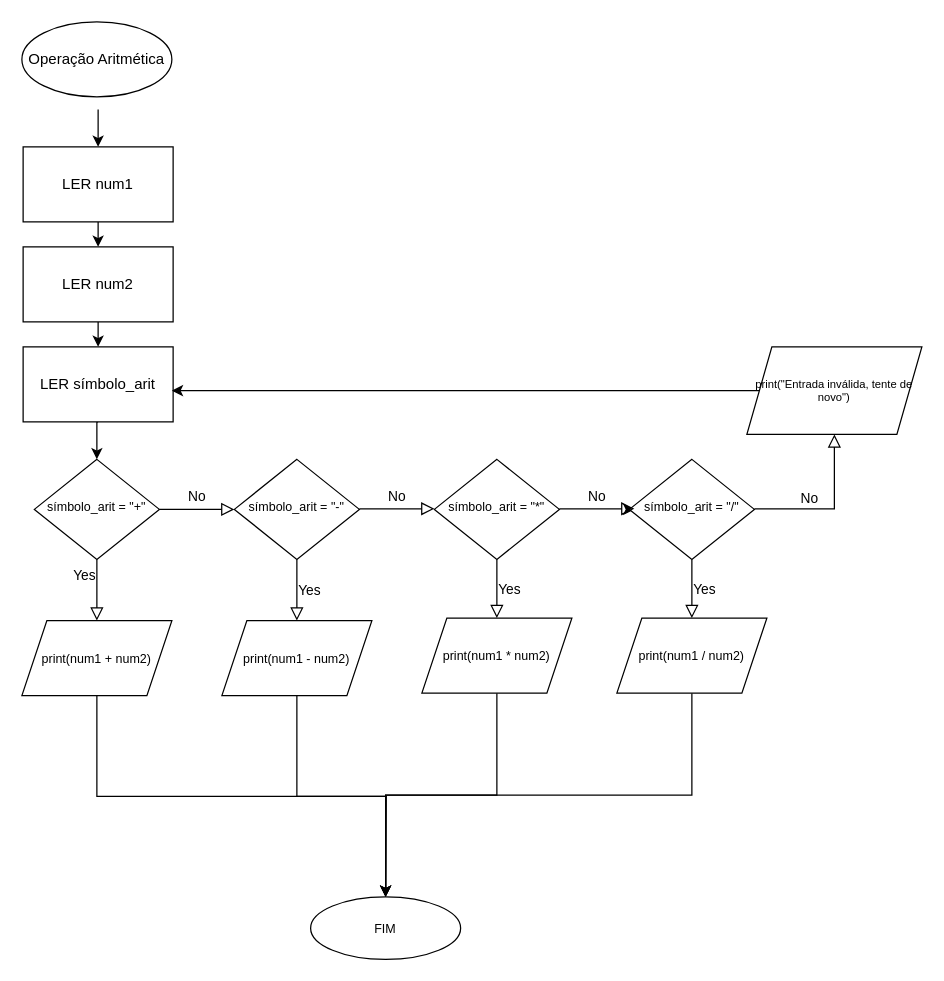
Before: page "8.3" (2 of 7) of Lab 1.1  Fluxograma.drawio in Veronica-Sierralta/aprendiendo-redes, a draw.io diagram. Source tidied: cells renumbered, new cells numbered last; positions are measured from the earlier drawing's top-left corner, leaving out a move shared by most shapes. Both pictures are drawn from the tidied source at 125%, with x=0, y=0 at pixel (21, 21).
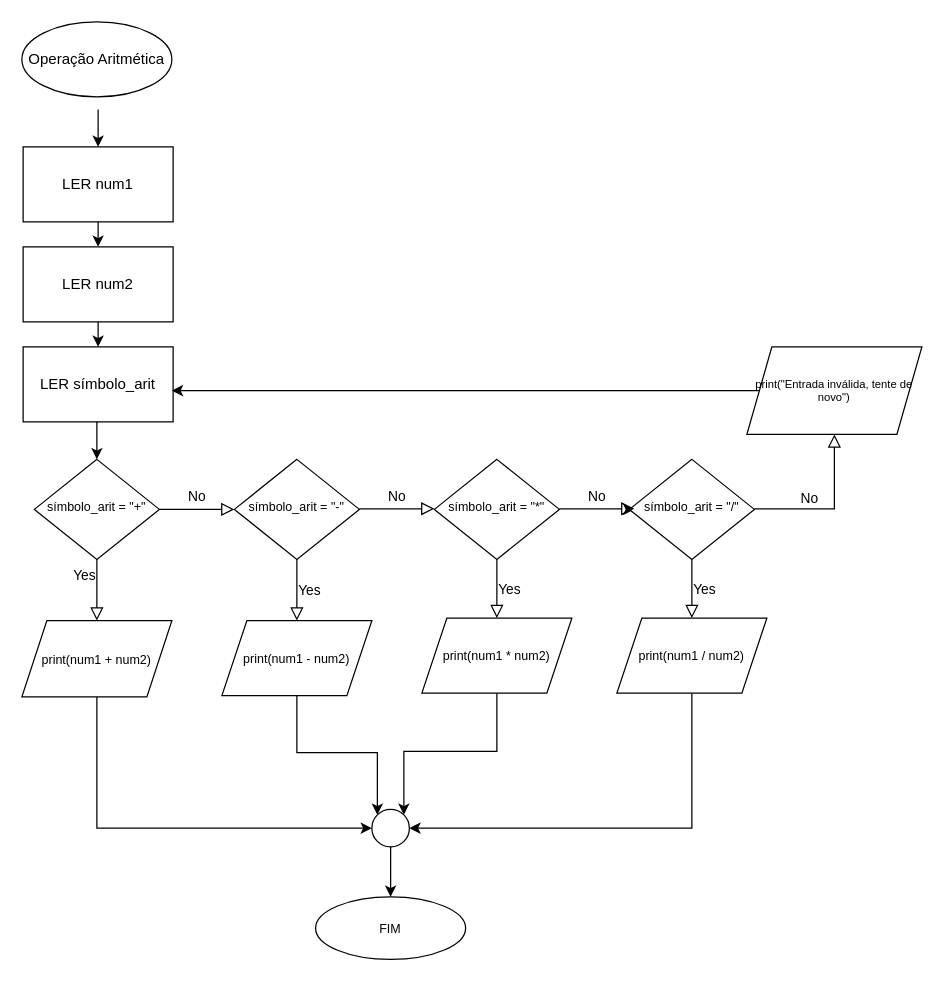
After the change.

The change refers to these unchanged cells:
```xml
<mxCell id="17" value="print(num1 - num2)" style="shape=parallelogram;perimeter=parallelogramPerimeter;whiteSpace=wrap;html=1;fixedSize=1;fontSize=10;" parent="1" vertex="1">
  <mxGeometry x="160" y="479" width="120" height="60" as="geometry" />
</mxCell>
<mxCell id="22" value="print(num1 * num2)" style="shape=parallelogram;perimeter=parallelogramPerimeter;whiteSpace=wrap;html=1;fixedSize=1;fontSize=10;" parent="1" vertex="1">
  <mxGeometry x="320" y="477" width="120" height="60" as="geometry" />
</mxCell>
<mxCell id="27" value="print(num1 / num2)" style="shape=parallelogram;perimeter=parallelogramPerimeter;whiteSpace=wrap;html=1;fixedSize=1;fontSize=10;" parent="1" vertex="1">
  <mxGeometry x="476" y="477" width="120" height="60" as="geometry" />
</mxCell>
```

Diff of the diagram source:
```diff
@@
-    <mxCell id="12" style="edgeStyle=orthogonalEdgeStyle;rounded=0;jettySize=auto;html=1;exitX=0.5;exitY=1;exitDx=0;exitDy=0;fontSize=10;" parent="1" edge="1" source="13" target="29">
-      <mxGeometry relative="1" as="geometry" />
-    </mxCell>
+    <mxCell id="34" style="edgeStyle=orthogonalEdgeStyle;rounded=0;jettySize=auto;html=1;exitX=0.5;exitY=1;exitDx=0;exitDy=0;entryX=0;entryY=0.5;entryDx=0;entryDy=0;" parent="1" edge="1" source="13" target="36">
+      <mxGeometry relative="1" as="geometry">
+        <Array as="points">
+          <mxPoint x="60" y="645" />
+        </Array>
+      </mxGeometry>
+    </mxCell>
     <mxCell id="13" value="print(num1 + num2)" style="shape=parallelogram;perimeter=parallelogramPerimeter;whiteSpace=wrap;html=1;fixedSize=1;fontSize=10;" parent="1" vertex="1">
-      <mxGeometry y="479" width="120" height="60" as="geometry" />
+      <mxGeometry y="479" width="120" height="61" as="geometry" />
     </mxCell>
@@
-    <mxCell id="16" style="edgeStyle=orthogonalEdgeStyle;rounded=0;jettySize=auto;html=1;exitX=0.5;exitY=1;exitDx=0;exitDy=0;fontSize=10;" parent="1" edge="1" source="17">
-      <mxGeometry relative="1" as="geometry">
-        <mxPoint x="291" y="700" as="targetPoint" />
-      </mxGeometry>
+    <mxCell id="16" style="edgeStyle=orthogonalEdgeStyle;rounded=0;jettySize=auto;html=1;exitX=0.5;exitY=1;exitDx=0;exitDy=0;fontSize=10;entryX=0;entryY=0;entryDx=0;entryDy=0;" parent="1" edge="1" source="17" target="36">
+      <mxGeometry relative="1" as="geometry" />
     </mxCell>
@@
-    <mxCell id="21" style="edgeStyle=orthogonalEdgeStyle;rounded=0;jettySize=auto;html=1;exitX=0.5;exitY=1;exitDx=0;exitDy=0;fontSize=10;entryX=0.5;entryY=0;entryDx=0;entryDy=0;" parent="1" edge="1" source="22" target="29">
+    <mxCell id="21" style="edgeStyle=orthogonalEdgeStyle;rounded=0;jettySize=auto;html=1;exitX=0.5;exitY=1;exitDx=0;exitDy=0;fontSize=10;entryX=1;entryY=0;entryDx=0;entryDy=0;" parent="1" edge="1" source="22" target="36">
       <mxGeometry relative="1" as="geometry" />
     </mxCell>
@@
-    <mxCell id="26" style="edgeStyle=orthogonalEdgeStyle;rounded=0;jettySize=auto;html=1;exitX=0.5;exitY=1;exitDx=0;exitDy=0;entryX=0.5;entryY=0;entryDx=0;entryDy=0;fontSize=10;" parent="1" edge="1" source="27" target="29">
+    <mxCell id="26" style="edgeStyle=orthogonalEdgeStyle;rounded=0;jettySize=auto;html=1;exitX=0.5;exitY=1;exitDx=0;exitDy=0;entryX=1;entryY=0.5;entryDx=0;entryDy=0;fontSize=10;" parent="1" edge="1" source="27" target="36">
       <mxGeometry relative="1" as="geometry" />
     </mxCell>
@@
     <mxCell id="29" value="FIM" style="ellipse;whiteSpace=wrap;html=1;fontSize=10;" parent="1" vertex="1">
-      <mxGeometry x="231" y="700" width="120" height="50" as="geometry" />
+      <mxGeometry x="235" y="700" width="120" height="50" as="geometry" />
     </mxCell>
@@
+    <mxCell id="35" style="edgeStyle=orthogonalEdgeStyle;rounded=0;jettySize=auto;html=1;exitX=0.5;exitY=1;exitDx=0;exitDy=0;entryX=0.5;entryY=0;entryDx=0;entryDy=0;" parent="1" edge="1" source="36" target="29">
+      <mxGeometry relative="1" as="geometry" />
+    </mxCell>
+    <mxCell id="36" style="ellipse;whiteSpace=wrap;html=1;" parent="1" vertex="1">
+      <mxGeometry x="280" y="630" width="30" height="30" as="geometry" />
+    </mxCell>
```
